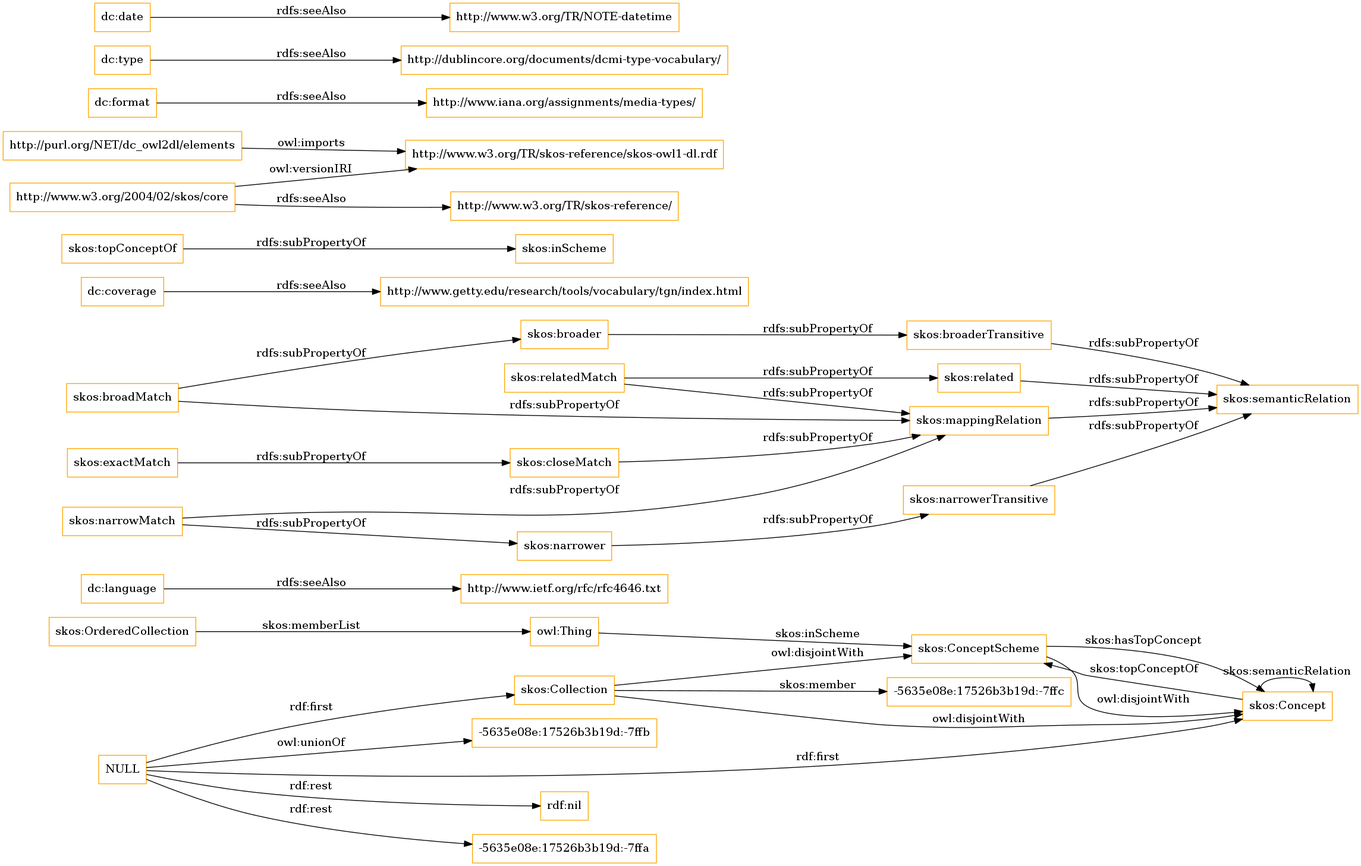
This is OnToology/imports/elements.owl/diagrams/ar2dtool-class/elements.owl.png from OnToologyUser/core-ontology-1, a Graphviz export, as it was before one commit. Its source is kept beside it as OnToology/imports/elements.owl/diagrams/ar2dtool-class/elements.owl.png.dot.
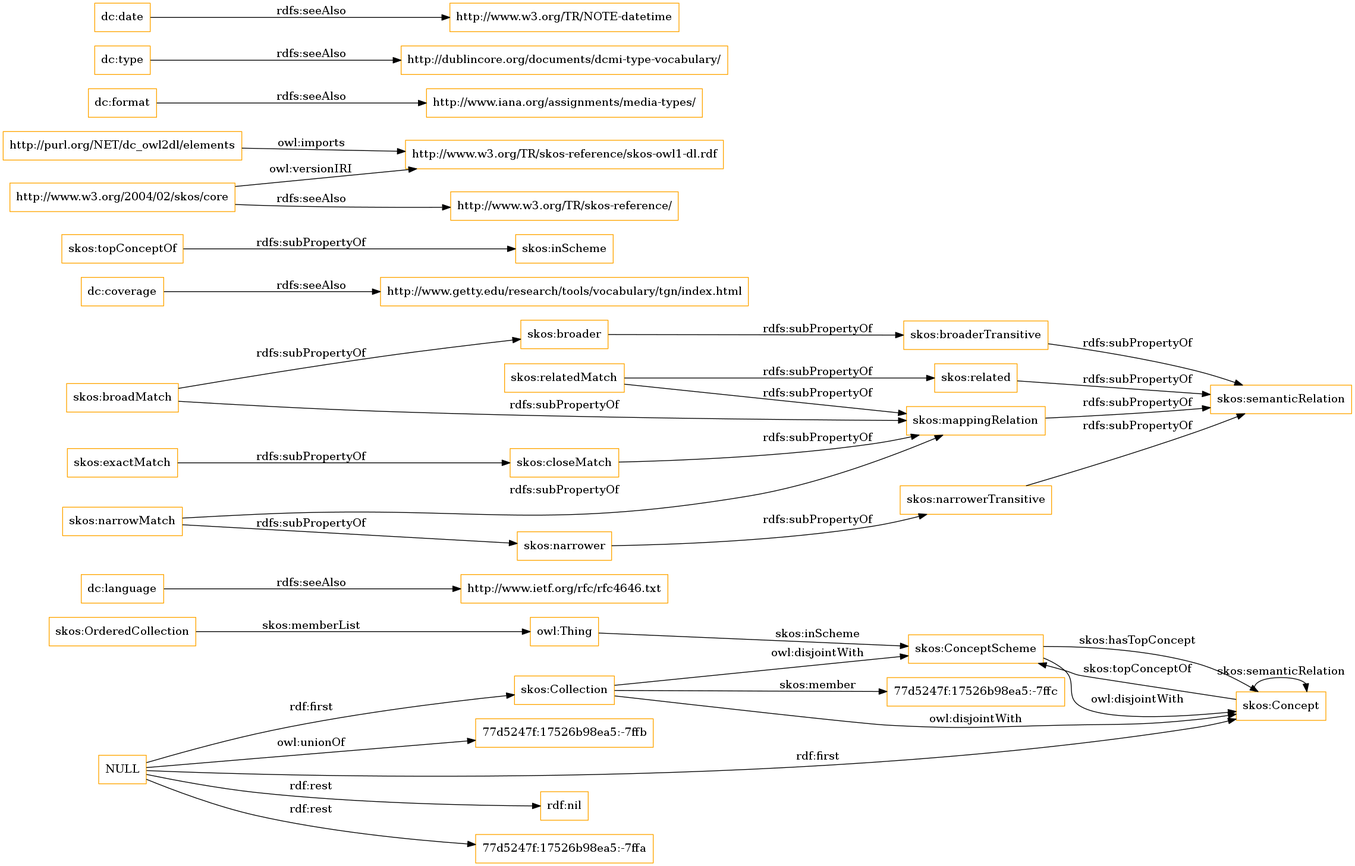
Above is the later version.

The edit, as a diff of the source:
```diff
@@ -1,13 +1,13 @@
 digraph ar2dtool_diagram {
 rankdir=LR;
 size="1501"
-node [shape = rectangle, color="orange"]; "-5635e08e:17526b3b19d:-7ffc" "skos:OrderedCollection" "skos:Collection" "skos:ConceptScheme" "skos:Concept" ; /*classes style*/
+node [shape = rectangle, color="orange"]; "77d5247f:17526b98ea5:-7ffc" "skos:OrderedCollection" "skos:Collection" "skos:ConceptScheme" "skos:Concept" ; /*classes style*/
 	"dc:language" -> "http://www.ietf.org/rfc/rfc4646.txt" [ label = "rdfs:seeAlso" ];
 	"NULL" -> "rdf:nil" [ label = "rdf:rest" ];
 	"NULL" -> "skos:Collection" [ label = "rdf:first" ];
-	"NULL" -> "-5635e08e:17526b3b19d:-7ffa" [ label = "rdf:rest" ];
+	"NULL" -> "77d5247f:17526b98ea5:-7ffa" [ label = "rdf:rest" ];
 	"NULL" -> "skos:Concept" [ label = "rdf:first" ];
-	"NULL" -> "-5635e08e:17526b3b19d:-7ffb" [ label = "owl:unionOf" ];
+	"NULL" -> "77d5247f:17526b98ea5:-7ffb" [ label = "owl:unionOf" ];
 	"skos:closeMatch" -> "skos:mappingRelation" [ label = "rdfs:subPropertyOf" ];
 	"dc:coverage" -> "http://www.getty.edu/research/tools/vocabulary/tgn/index.html" [ label = "rdfs:seeAlso" ];
 	"skos:relatedMatch" -> "skos:related" [ label = "rdfs:subPropertyOf" ];
@@ -36,7 +36,7 @@
 	"skos:OrderedCollection" -> "owl:Thing" [ label = "skos:memberList" ];
 	"skos:Concept" -> "skos:ConceptScheme" [ label = "skos:topConceptOf" ];
 	"skos:Concept" -> "skos:Concept" [ label = "skos:semanticRelation" ];
-	"skos:Collection" -> "-5635e08e:17526b3b19d:-7ffc" [ label = "skos:member" ];
+	"skos:Collection" -> "77d5247f:17526b98ea5:-7ffc" [ label = "skos:member" ];
 	"skos:ConceptScheme" -> "skos:Concept" [ label = "skos:hasTopConcept" ];
 	"owl:Thing" -> "skos:ConceptScheme" [ label = "skos:inScheme" ];
 
```
